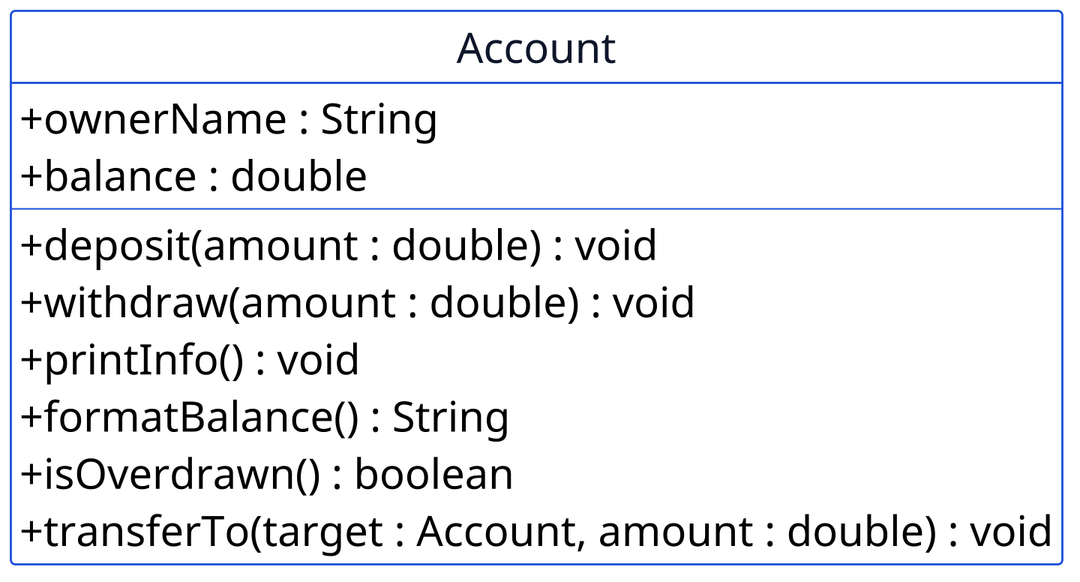
Earlier version of the PlantUML export assets/uml/src/p02-account-transfer.png (dhanifudin/oop).
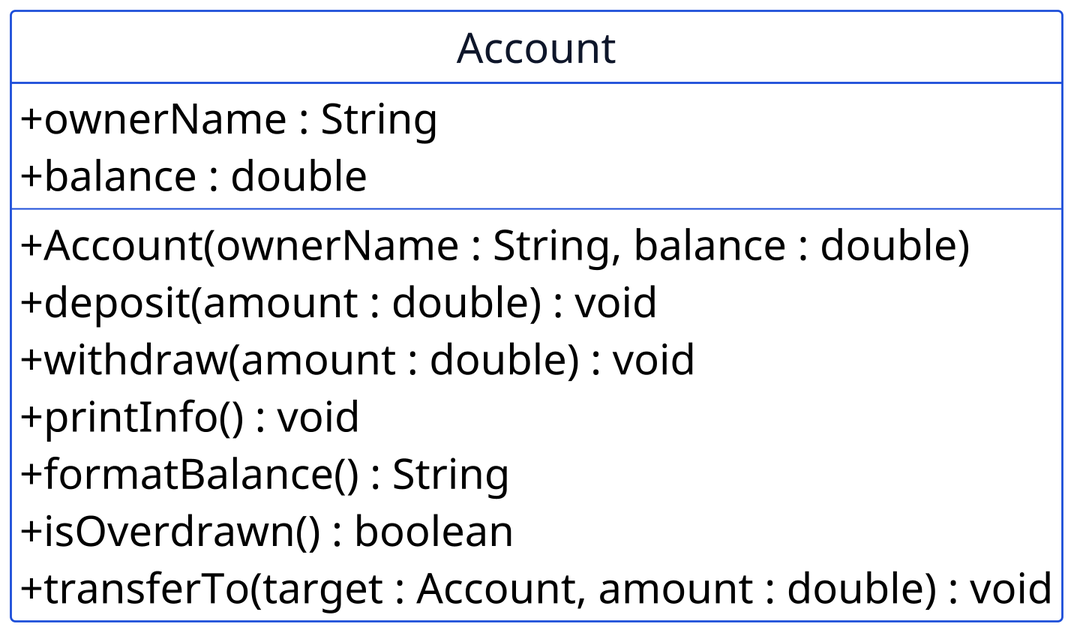
The same file after the commit.

Change to the diagram source:
```diff
@@ -8,6 +8,7 @@
   + ownerName : String
   + balance : double
   --
+  + Account(ownerName : String, balance : double)
   + deposit(amount : double) : void
   + withdraw(amount : double) : void
   + printInfo() : void
```
